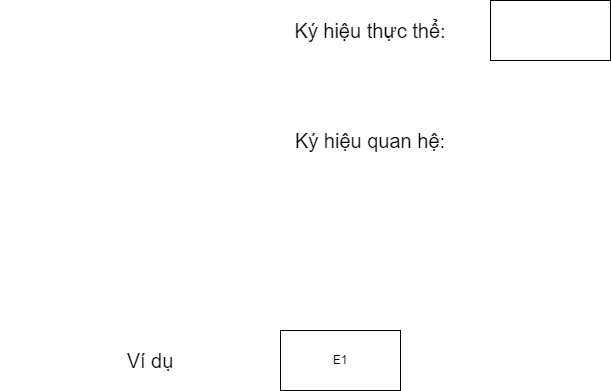
datnham0212/learning keeps this draw.io diagram as Chương 2 (Ký hiệu).png. Above is the earlier version. Source tidied: cells renumbered, new cells last; positions are measured from the earlier drawing's top-left corner, leaving out a move shared by most shapes.
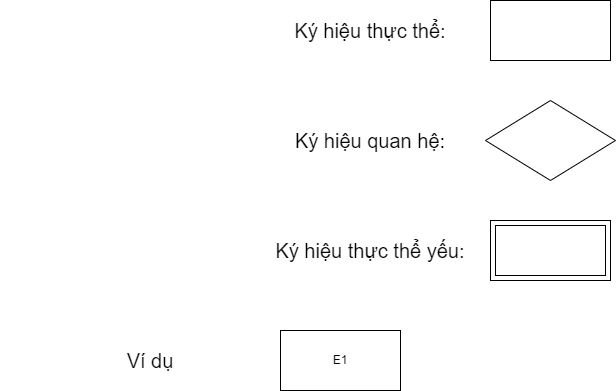
Later version of the same file.

Diff of the diagram source:
```diff
@@ -17,5 +17,14 @@
     <mxCell id="6" value="&lt;span style=&quot;font-size: 20px;&quot;&gt;Ký hiệu quan hệ:&lt;/span&gt;" style="text;html=1;strokeColor=none;fillColor=none;align=center;verticalAlign=middle;whiteSpace=wrap;rounded=0;" parent="1" vertex="1">
       <mxGeometry x="220" y="110" width="300" height="60" as="geometry" />
     </mxCell>
+    <mxCell id="7" style="rhombus;whiteSpace=wrap;html=1;" parent="1" vertex="1">
+      <mxGeometry x="485" y="100" width="130" height="80" as="geometry" />
+    </mxCell>
+    <mxCell id="8" style="shape=ext;margin=3;double=1;whiteSpace=wrap;html=1;align=center;" parent="1" vertex="1">
+      <mxGeometry x="490" y="220" width="120" height="60" as="geometry" />
+    </mxCell>
+    <mxCell id="9" value="&lt;span style=&quot;font-size: 20px;&quot;&gt;Ký hiệu thực thể yếu:&lt;/span&gt;" style="text;html=1;strokeColor=none;fillColor=none;align=center;verticalAlign=middle;whiteSpace=wrap;rounded=0;" parent="1" vertex="1">
+      <mxGeometry x="220" y="220" width="300" height="60" as="geometry" />
+    </mxCell>
   </root>
 </mxGraphModel>
```
